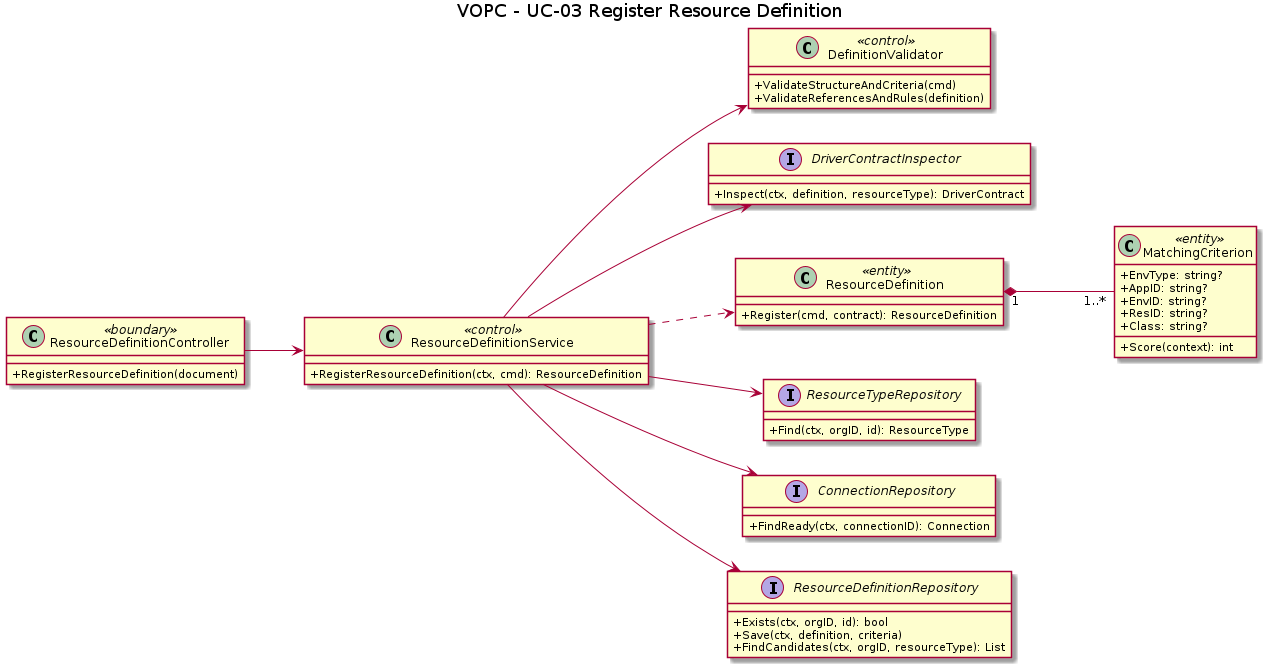
Earlier version of the PlantUML export orchestrator_docs/usecase/UC-03/vopc.png (pr3s3nt/poc). Its source is kept beside it as orchestrator_docs/usecase/UC-03/vopc.puml. Its diagram source:
```plantuml
@startuml
title VOPC - UC-03 Register Resource Definition
left to right direction
skinparam classAttributeIconSize 0
class ResourceDefinitionController <<boundary>> {
  +RegisterResourceDefinition(document)
}
class ResourceDefinitionService <<control>> {
  +RegisterResourceDefinition(ctx, cmd): ResourceDefinition
}
class DefinitionValidator <<control>> {
  +ValidateStructureAndCriteria(cmd)
  +ValidateReferencesAndRules(definition)
}
interface DriverContractInspector {
  +Inspect(ctx, definition, resourceType): DriverContract
}
class ResourceDefinition <<entity>> {
  +Register(cmd, contract): ResourceDefinition
}
class MatchingCriterion <<entity>> {
  +EnvType: string?
  +AppID: string?
  +EnvID: string?
  +ResID: string?
  +Class: string?
  +Score(context): int
}
interface ResourceTypeRepository {
  +Find(ctx, orgID, id): ResourceType
}
interface ConnectionRepository {
  +FindReady(ctx, connectionID): Connection
}
interface ResourceDefinitionRepository {
  +Exists(ctx, orgID, id): bool
  +Save(ctx, definition, criteria)
  +FindCandidates(ctx, orgID, resourceType): List
}
ResourceDefinitionController --> ResourceDefinitionService
ResourceDefinitionService --> DefinitionValidator
ResourceDefinitionService --> DriverContractInspector
ResourceDefinitionService --> ResourceTypeRepository
ResourceDefinitionService --> ConnectionRepository
ResourceDefinitionService --> ResourceDefinitionRepository
ResourceDefinitionService ..> ResourceDefinition
ResourceDefinition "1" *-- "1..*" MatchingCriterion
@enduml
```
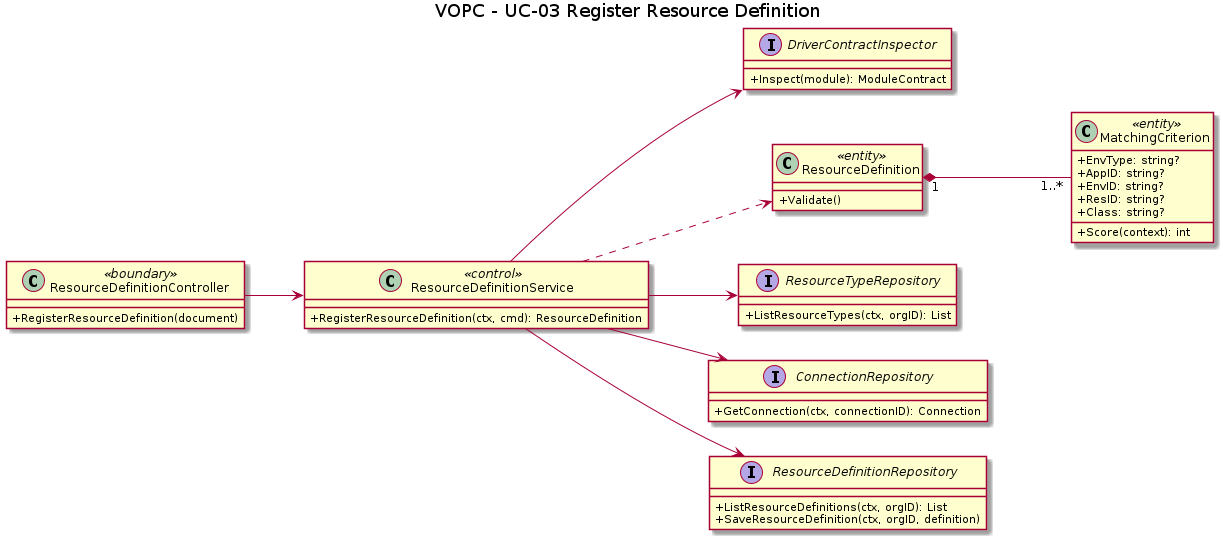
After the change.

What changed in the source:
```diff
@@ -8,15 +8,11 @@
 class ResourceDefinitionService <<control>> {
   +RegisterResourceDefinition(ctx, cmd): ResourceDefinition
 }
-class DefinitionValidator <<control>> {
-  +ValidateStructureAndCriteria(cmd)
-  +ValidateReferencesAndRules(definition)
-}
 interface DriverContractInspector {
-  +Inspect(ctx, definition, resourceType): DriverContract
+  +Inspect(module): ModuleContract
 }
 class ResourceDefinition <<entity>> {
-  +Register(cmd, contract): ResourceDefinition
+  +Validate()
 }
 class MatchingCriterion <<entity>> {
   +EnvType: string?
@@ -27,18 +23,16 @@
   +Score(context): int
 }
 interface ResourceTypeRepository {
-  +Find(ctx, orgID, id): ResourceType
+  +ListResourceTypes(ctx, orgID): List
 }
 interface ConnectionRepository {
-  +FindReady(ctx, connectionID): Connection
+  +GetConnection(ctx, connectionID): Connection
 }
 interface ResourceDefinitionRepository {
-  +Exists(ctx, orgID, id): bool
-  +Save(ctx, definition, criteria)
-  +FindCandidates(ctx, orgID, resourceType): List
+  +ListResourceDefinitions(ctx, orgID): List
+  +SaveResourceDefinition(ctx, orgID, definition)
 }
 ResourceDefinitionController --> ResourceDefinitionService
-ResourceDefinitionService --> DefinitionValidator
 ResourceDefinitionService --> DriverContractInspector
 ResourceDefinitionService --> ResourceTypeRepository
 ResourceDefinitionService --> ConnectionRepository
```
